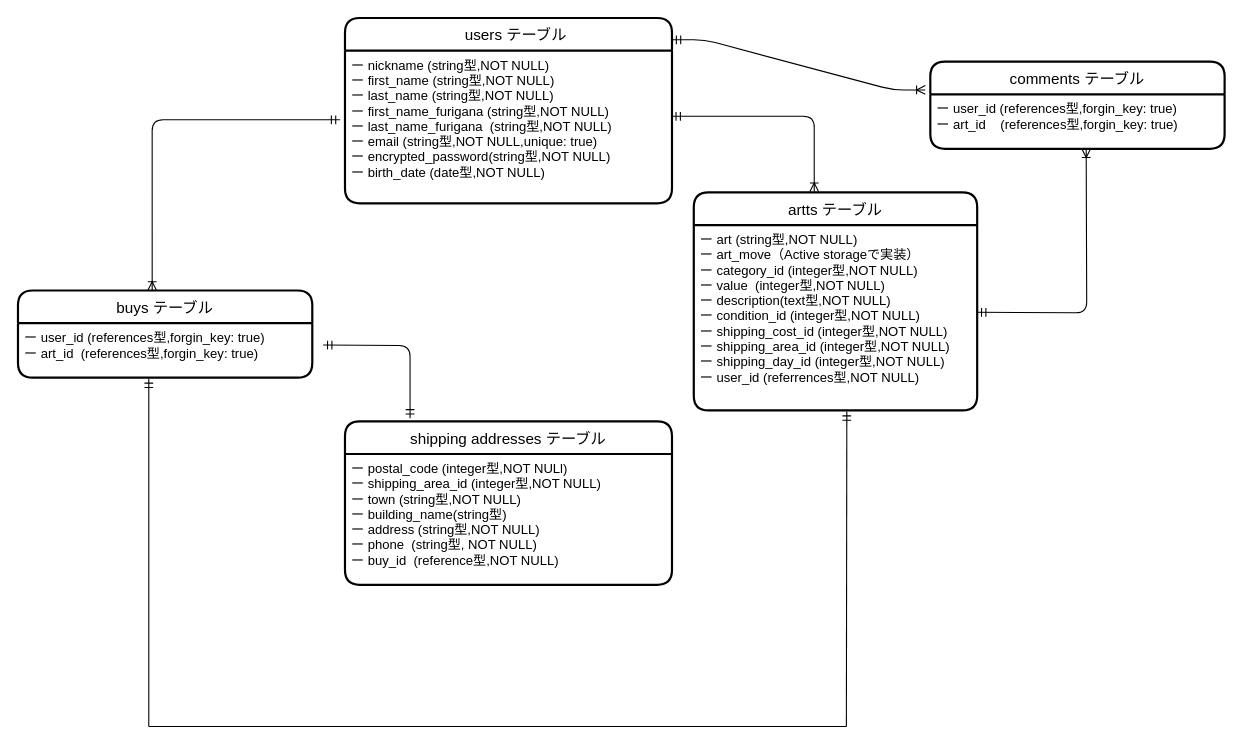
Above: queity.dio in ryu-sugi/qeity (draw.io), before the change. Source tidied: cells renumbered, new cells numbered last; positions are measured from the earlier drawing's top-left corner, leaving out a move shared by most shapes. Both pictures are drawn from the tidied source at 109%, with x=0, y=0 at pixel (17, 17).
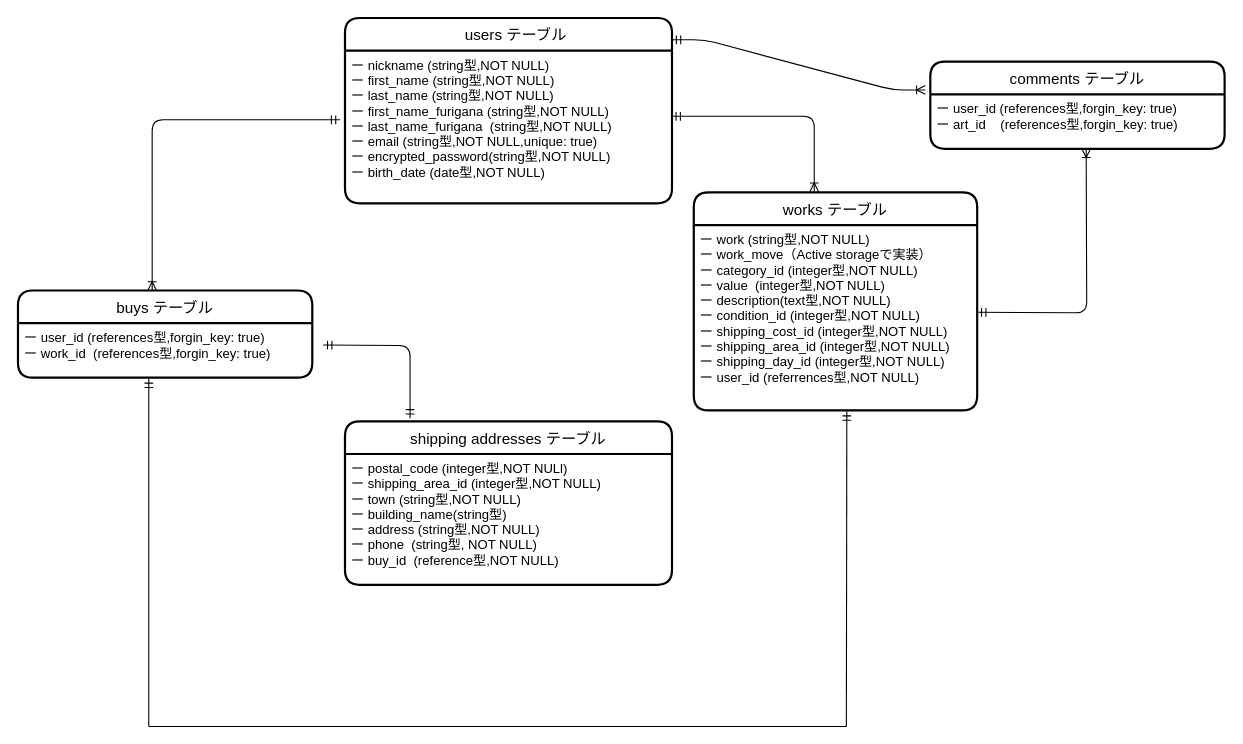
Above is the later version.

Unchanged cells that the change refers to:
```xml
<mxCell id="5" value="buys テーブル" style="swimlane;horizontal=1;startSize=30;rounded=1;fontSize=14;fontStyle=0;strokeWidth=2;shadow=0;dashed=0;align=center;" parent="1" vertex="1">
  <mxGeometry y="250" width="270" height="80" as="geometry" />
</mxCell>
```

Change to the diagram source:
```diff
@@
-    <mxCell id="6" value="ー user_id (references型,forgin_key: true)  &#10;ー art_id  (references型,forgin_key: true)   &#10;" style="text;strokeColor=none;fillColor=none;spacingLeft=4;spacingRight=4;overflow=hidden;fontSize=12;" parent="5" vertex="1">
+    <mxCell id="6" value="ー user_id (references型,forgin_key: true)  &#10;ー work_id  (references型,forgin_key: true)   &#10;" style="text;strokeColor=none;fillColor=none;spacingLeft=4;spacingRight=4;overflow=hidden;fontSize=12;" parent="5" vertex="1">
       <mxGeometry y="30" width="270" height="50" as="geometry" />
     </mxCell>
-    <mxCell id="7" value="artts テーブル" style="swimlane;horizontal=1;startSize=30;rounded=1;fontSize=14;fontStyle=0;strokeWidth=2;shadow=0;dashed=0;align=center;" parent="1" vertex="1">
+    <mxCell id="7" value="works テーブル" style="swimlane;horizontal=1;startSize=30;rounded=1;fontSize=14;fontStyle=0;strokeWidth=2;shadow=0;dashed=0;align=center;" parent="1" vertex="1">
       <mxGeometry x="620" y="160" width="260" height="200" as="geometry" />
     </mxCell>
-    <mxCell id="8" value="ー art (string型,NOT NULL)&#10;ー art_move（Active storageで実装）&#10;ー category_id (integer型,NOT NULL)&#10;ー value  (integer型,NOT NULL)&#10;ー description(text型,NOT NULL)&#10;ー condition_id (integer型,NOT NULL)&#10;ー shipping_cost_id (integer型,NOT NULL)&#10;ー shipping_area_id (integer型,NOT NULL)&#10;ー shipping_day_id (integer型,NOT NULL)&#10;ー user_id (referrences型,NOT NULL)" style="text;strokeColor=none;fillColor=none;spacingLeft=4;spacingRight=4;overflow=hidden;points=[[0,0.5],[1,0.5]];portConstraint=eastwest;fontSize=12;" parent="7" vertex="1">
+    <mxCell id="8" value="ー work (string型,NOT NULL)&#10;ー work_move（Active storageで実装）&#10;ー category_id (integer型,NOT NULL)&#10;ー value  (integer型,NOT NULL)&#10;ー description(text型,NOT NULL)&#10;ー condition_id (integer型,NOT NULL)&#10;ー shipping_cost_id (integer型,NOT NULL)&#10;ー shipping_area_id (integer型,NOT NULL)&#10;ー shipping_day_id (integer型,NOT NULL)&#10;ー user_id (referrences型,NOT NULL)" style="text;strokeColor=none;fillColor=none;spacingLeft=4;spacingRight=4;overflow=hidden;points=[[0,0.5],[1,0.5]];portConstraint=eastwest;fontSize=12;" parent="7" vertex="1">
       <mxGeometry y="30" width="260" height="170" as="geometry" />
     </mxCell>
```
